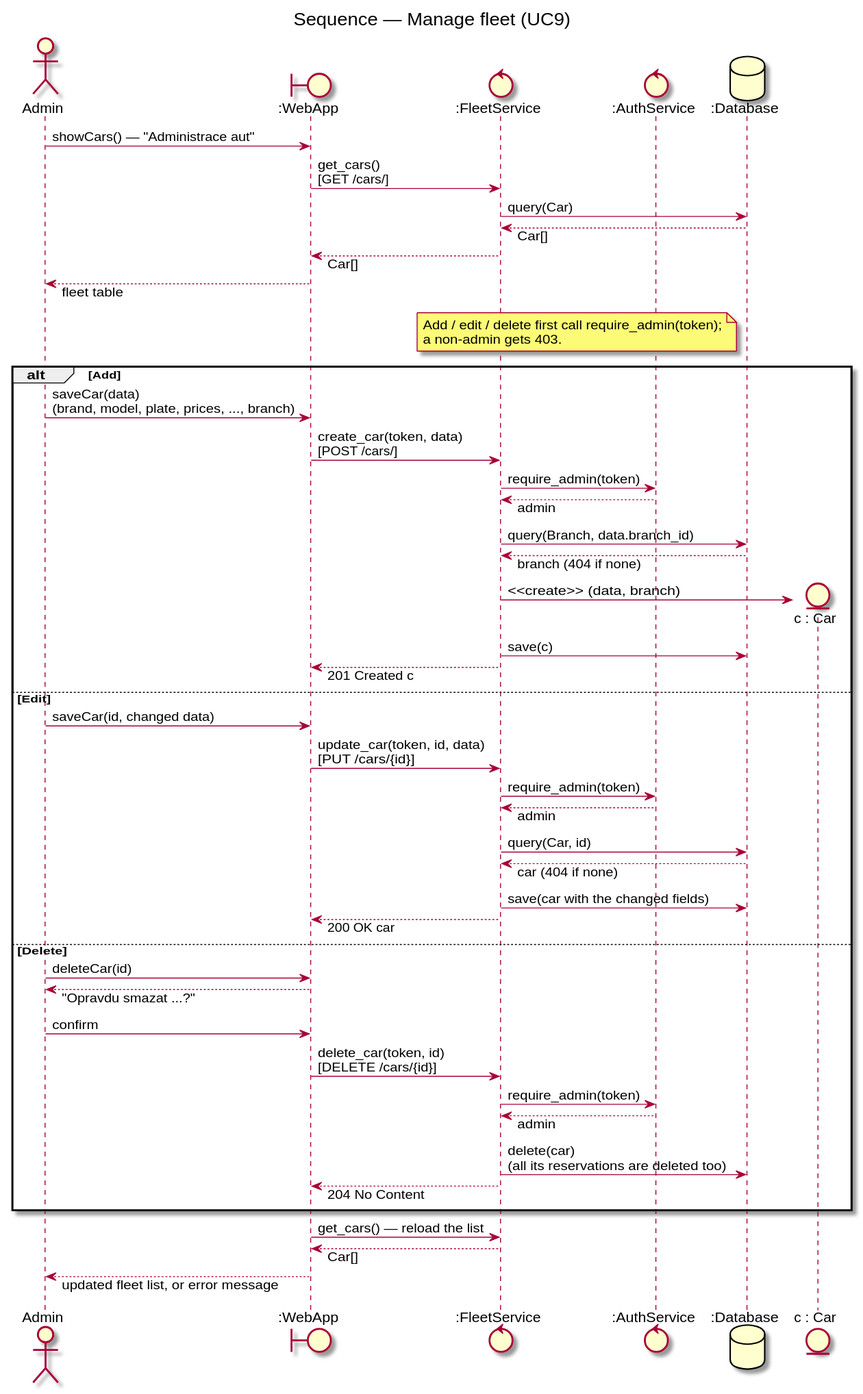
Before: docs/diagrams/sequence-manage-fleet.svg, a diagram exported from PlantUML (DavidMagyarics/CarRentalVSB).
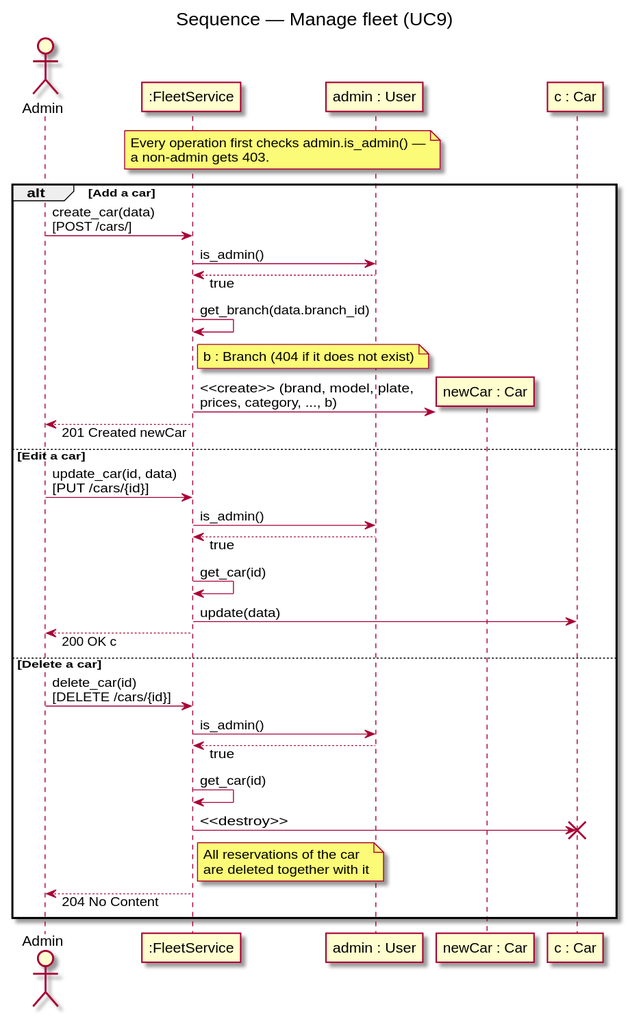
The same file after the commit.

Change to the diagram source:
```diff
@@ -4,56 +4,43 @@
 skinparam maxMessageSize 260
 title Sequence — Manage fleet (UC9)
 actor Admin
-boundary ":WebApp" as Web
-control ":FleetService" as Fleet
-control ":AuthService" as Auth
-database ":Database" as DB
-entity "c : Car" as C
+participant ":FleetService" as Fleet
+participant "admin : User" as A
+participant "newCar : Car" as N
+participant "c : Car" as C
 
-Admin -> Web : showCars() — "Administrace aut"
-Web -> Fleet : get_cars()\n[GET /cars/]
-Fleet -> DB : query(Car)
-DB --> Fleet : Car[]
-Fleet --> Web : Car[]
-Web --> Admin : fleet table
-
-note over Fleet, Auth
-  Add / edit / delete first call require_admin(token);
+note over Fleet, A
+  Every operation first checks admin.is_admin() —
   a non-admin gets 403.
 end note
 
-alt Add
-  Admin -> Web : saveCar(data)\n(brand, model, plate, prices, ..., branch)
-  Web -> Fleet : create_car(token, data)\n[POST /cars/]
-  Fleet -> Auth : require_admin(token)
-  Auth --> Fleet : admin
-  Fleet -> DB : query(Branch, data.branch_id)
-  DB --> Fleet : branch (404 if none)
-  create C
-  Fleet -> C : <<create>> (data, branch)
-  Fleet -> DB : save(c)
-  Fleet --> Web : 201 Created c
-else Edit
-  Admin -> Web : saveCar(id, changed data)
-  Web -> Fleet : update_car(token, id, data)\n[PUT /cars/{id}]
-  Fleet -> Auth : require_admin(token)
-  Auth --> Fleet : admin
-  Fleet -> DB : query(Car, id)
-  DB --> Fleet : car (404 if none)
-  Fleet -> DB : save(car with the changed fields)
-  Fleet --> Web : 200 OK car
-else Delete
-  Admin -> Web : deleteCar(id)
-  Web --> Admin : "Opravdu smazat ...?"
-  Admin -> Web : confirm
-  Web -> Fleet : delete_car(token, id)\n[DELETE /cars/{id}]
-  Fleet -> Auth : require_admin(token)
-  Auth --> Fleet : admin
-  Fleet -> DB : delete(car)\n(all its reservations are deleted too)
-  Fleet --> Web : 204 No Content
+alt Add a car
+  Admin -> Fleet : create_car(data)\n[POST /cars/]
+  Fleet -> A : is_admin()
+  A --> Fleet : true
+  Fleet -> Fleet : get_branch(data.branch_id)
+  note right of Fleet : b : Branch (404 if it does not exist)
+  create N
+  Fleet -> N : <<create>> (brand, model, plate,\nprices, category, ..., b)
+  Fleet --> Admin : 201 Created newCar
+else Edit a car
+  Admin -> Fleet : update_car(id, data)\n[PUT /cars/{id}]
+  Fleet -> A : is_admin()
+  A --> Fleet : true
+  Fleet -> Fleet : get_car(id)
+  Fleet -> C : update(data)
+  Fleet --> Admin : 200 OK c
+else Delete a car
+  Admin -> Fleet : delete_car(id)\n[DELETE /cars/{id}]
+  Fleet -> A : is_admin()
+  A --> Fleet : true
+  Fleet -> Fleet : get_car(id)
+  Fleet -> C : <<destroy>>
+  destroy C
+  note right of Fleet
+    All reservations of the car
+    are deleted together with it
+  end note
+  Fleet --> Admin : 204 No Content
 end
-
-Web -> Fleet : get_cars() — reload the list
-Fleet --> Web : Car[]
-Web --> Admin : updated fleet list, or error message
 @enduml
```
